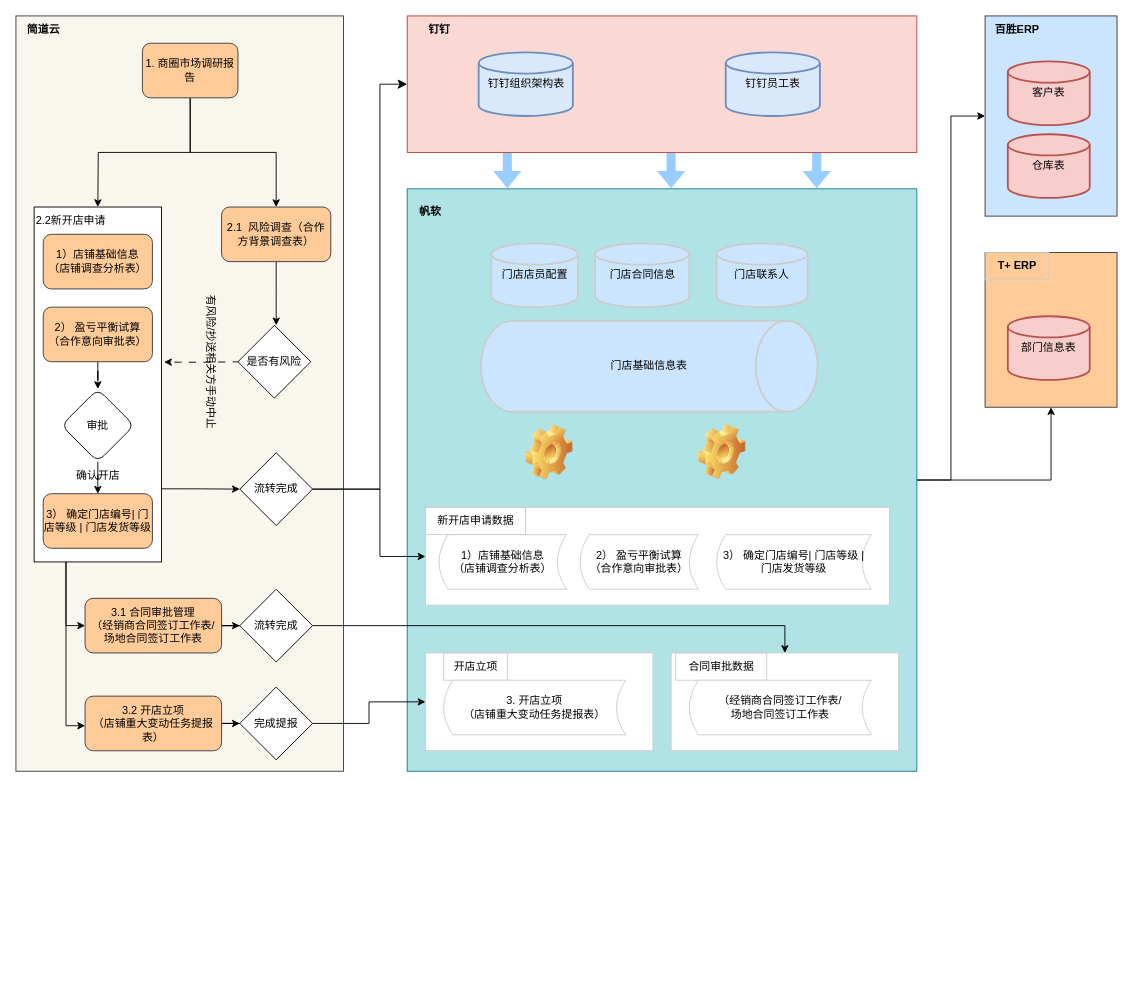
Earlier version of the draw.io diagram 凤禧门店主数据同步方案.drawio (leonhard1Q84/leonhard1Q84.github.io). Source tidied: cells renumbered, new cells numbered last; positions are measured from the earlier drawing's top-left corner, leaving out a move shared by most shapes. Both pictures are drawn from the tidied source at 91%, with x=0, y=0 at pixel (15, 15).
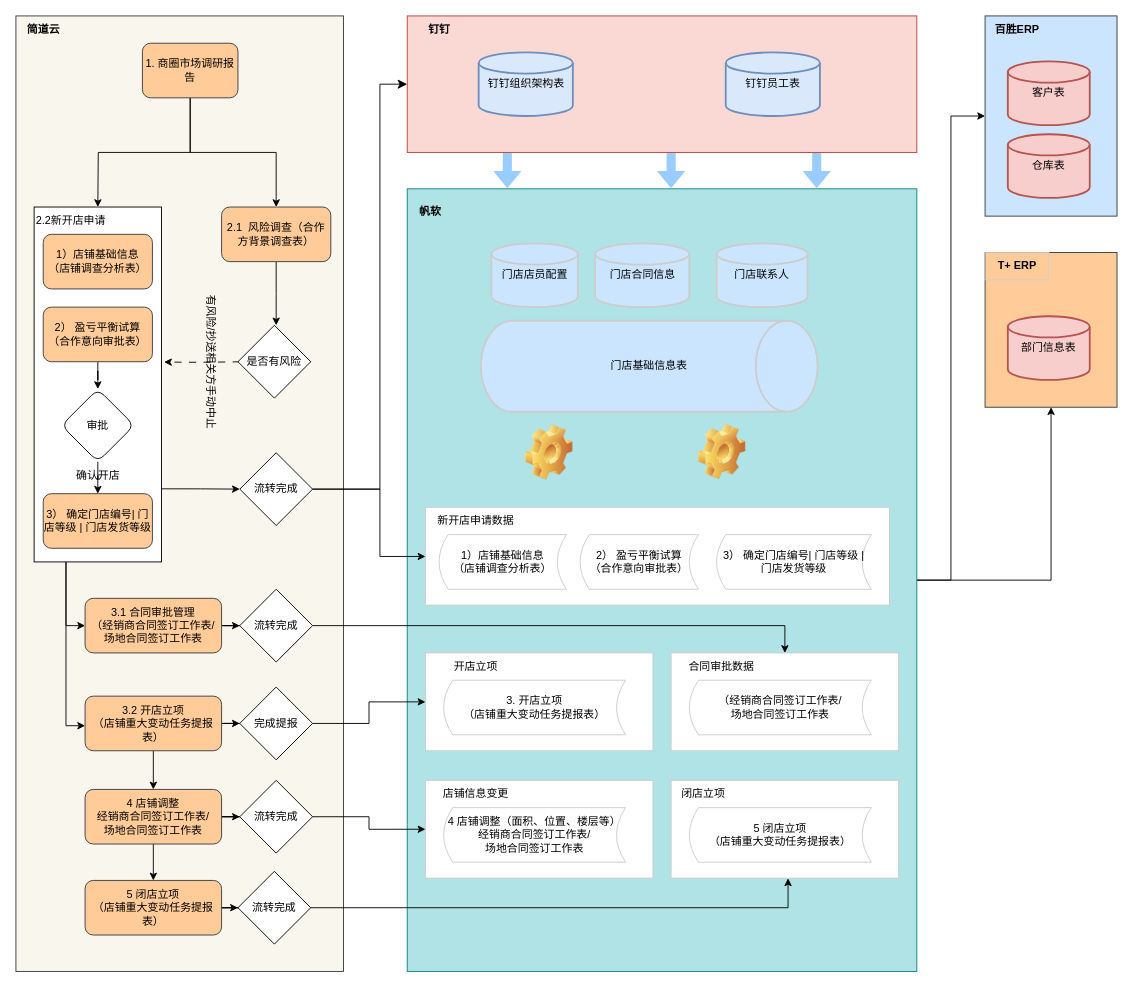
The same diagram, later.

Commit message:
Update 凤禧门店主数据同步方案.drawio

Unchanged cells that the change refers to:
```xml
<mxCell id="33" value="3.2 开店立项&lt;div&gt;（店铺重大变动任务提报表）&lt;/div&gt;" style="rounded=1;whiteSpace=wrap;html=1;fillColor=#ffcc99;strokeColor=#36393d;" parent="1" vertex="1">
  <mxGeometry x="76" y="747.5" width="150" height="60" as="geometry" />
</mxCell>
```

Diff of the diagram source:
```diff
@@
     <mxCell id="2" style="rounded=0;whiteSpace=wrap;html=1;fillColor=#f9f7ed;strokeColor=#36393d;" parent="1" vertex="1">
-      <mxGeometry width="360" height="830" as="geometry" />
+      <mxGeometry width="360" height="1050" as="geometry" />
     </mxCell>
@@
     <mxCell id="11" style="rounded=0;whiteSpace=wrap;html=1;fillColor=#b0e3e6;strokeColor=#0e8088;" parent="1" vertex="1">
-      <mxGeometry x="430" y="190" width="560" height="640" as="geometry" />
+      <mxGeometry x="430" y="190" width="560" height="860" as="geometry" />
     </mxCell>
@@
+    <mxCell id="71" style="edgeStyle=orthogonalEdgeStyle;rounded=0;jettySize=auto;html=1;" parent="1" edge="1" source="33" target="74">
+      <mxGeometry relative="1" as="geometry" />
+    </mxCell>
@@
-    <mxCell id="38" value="新开店申请数据" style="text;html=1;align=center;verticalAlign=middle;strokeColor=#CCCCCC;fillColor=none;" parent="1" vertex="1">
+    <mxCell id="38" value="新开店申请数据" style="text;html=1;align=center;verticalAlign=middle;strokeColor=none;fillColor=none;" parent="1" vertex="1">
       <mxGeometry x="450" y="540" width="110" height="30" as="geometry" />
     </mxCell>
@@
-    <mxCell id="43" value="开店立项" style="text;html=1;align=center;verticalAlign=middle;strokeColor=#CCCCCC;fillColor=none;" parent="1" vertex="1">
+    <mxCell id="43" value="开店立项" style="text;html=1;align=center;verticalAlign=middle;strokeColor=none;fillColor=none;" parent="1" vertex="1">
       <mxGeometry x="470" y="700" width="70" height="30" as="geometry" />
     </mxCell>
@@
-    <mxCell id="53" value="合同审批数据" style="text;html=1;align=center;verticalAlign=middle;strokeColor=#CCCCCC;fillColor=none;" parent="1" vertex="1">
+    <mxCell id="53" value="合同审批数据" style="text;html=1;align=center;verticalAlign=middle;strokeColor=none;fillColor=none;" parent="1" vertex="1">
       <mxGeometry x="725" y="700" width="100" height="30" as="geometry" />
     </mxCell>
@@
+    <mxCell id="72" style="edgeStyle=orthogonalEdgeStyle;rounded=0;jettySize=auto;html=1;" parent="1" edge="1" source="74" target="78">
+      <mxGeometry relative="1" as="geometry" />
+    </mxCell>
+    <mxCell id="73" style="edgeStyle=orthogonalEdgeStyle;rounded=0;jettySize=auto;html=1;" parent="1" edge="1" source="74" target="76">
+      <mxGeometry relative="1" as="geometry" />
+    </mxCell>
+    <mxCell id="74" value="4 店铺调整&lt;div&gt;&lt;div&gt;经销商合同签订工作表/&lt;/div&gt;&lt;div&gt;场地合同签订工作表&lt;/div&gt;&lt;/div&gt;" style="rounded=1;whiteSpace=wrap;html=1;fillColor=#ffcc99;strokeColor=#36393d;" parent="1" vertex="1">
+      <mxGeometry x="76" y="850" width="150" height="60" as="geometry" />
+    </mxCell>
+    <mxCell id="75" style="edgeStyle=orthogonalEdgeStyle;rounded=0;jettySize=auto;html=1;" parent="1" edge="1" source="76" target="80">
+      <mxGeometry relative="1" as="geometry" />
+    </mxCell>
+    <mxCell id="76" value="5 闭店立项&lt;div&gt;（店铺重大变动任务提报表）&lt;br&gt;&lt;/div&gt;" style="rounded=1;whiteSpace=wrap;html=1;fillColor=#ffcc99;strokeColor=#36393d;" parent="1" vertex="1">
+      <mxGeometry x="76" y="950" width="150" height="60" as="geometry" />
+    </mxCell>
+    <mxCell id="77" style="edgeStyle=orthogonalEdgeStyle;rounded=0;jettySize=auto;html=1;entryX=0;entryY=0.5;entryDx=0;entryDy=0;" parent="1" edge="1" source="78" target="81">
+      <mxGeometry relative="1" as="geometry" />
+    </mxCell>
+    <mxCell id="78" value="流转完成" style="rhombus;whiteSpace=wrap;html=1;rounded=0;" parent="1" vertex="1">
+      <mxGeometry x="246" y="840" width="80" height="80" as="geometry" />
+    </mxCell>
+    <mxCell id="79" style="edgeStyle=orthogonalEdgeStyle;rounded=0;jettySize=auto;html=1;entryX=0.514;entryY=1.002;entryDx=0;entryDy=0;entryPerimeter=0;" parent="1" edge="1" source="80" target="84">
+      <mxGeometry relative="1" as="geometry" />
+    </mxCell>
+    <mxCell id="80" value="流转完成" style="rhombus;whiteSpace=wrap;html=1;rounded=0;" parent="1" vertex="1">
+      <mxGeometry x="244" y="940" width="80" height="80" as="geometry" />
+    </mxCell>
+    <mxCell id="81" style="html=1;whiteSpace=wrap;strokeColor=#CCCCCC;" parent="1" vertex="1">
+      <mxGeometry x="450" y="840" width="250" height="107.5" as="geometry" />
+    </mxCell>
+    <mxCell id="82" value="店铺信息变更" style="text;html=1;align=center;verticalAlign=middle;strokeColor=none;fillColor=none;" parent="1" vertex="1">
+      <mxGeometry x="455" y="840" width="100" height="30" as="geometry" />
+    </mxCell>
+    <mxCell id="83" value="4 店铺调整（面积、位置、楼层等）&lt;div&gt;&lt;div&gt;经销商合同签订工作表/&lt;/div&gt;&lt;div&gt;场地合同签订工作表&lt;/div&gt;&lt;/div&gt;" style="shape=dataStorage;whiteSpace=wrap;html=1;fixedSize=1;size=10;strokeColor=#CCCCCC;" parent="1" vertex="1">
+      <mxGeometry x="470" y="870" width="200" height="60" as="geometry" />
+    </mxCell>
+    <mxCell id="84" style="html=1;whiteSpace=wrap;strokeColor=#CCCCCC;" parent="1" vertex="1">
+      <mxGeometry x="720" y="840" width="250" height="107.5" as="geometry" />
+    </mxCell>
+    <mxCell id="85" value="5 闭店立项&lt;div&gt;（店铺重大变动任务提报表）&lt;br&gt;&lt;/div&gt;" style="shape=dataStorage;whiteSpace=wrap;html=1;fixedSize=1;size=10;strokeColor=#CCCCCC;" parent="1" vertex="1">
+      <mxGeometry x="740" y="870" width="200" height="60" as="geometry" />
+    </mxCell>
+    <mxCell id="86" value="闭店立项" style="text;html=1;align=center;verticalAlign=middle;strokeColor=none;fillColor=none;" parent="1" vertex="1">
+      <mxGeometry x="720" y="840" width="70" height="30" as="geometry" />
+    </mxCell>
```
